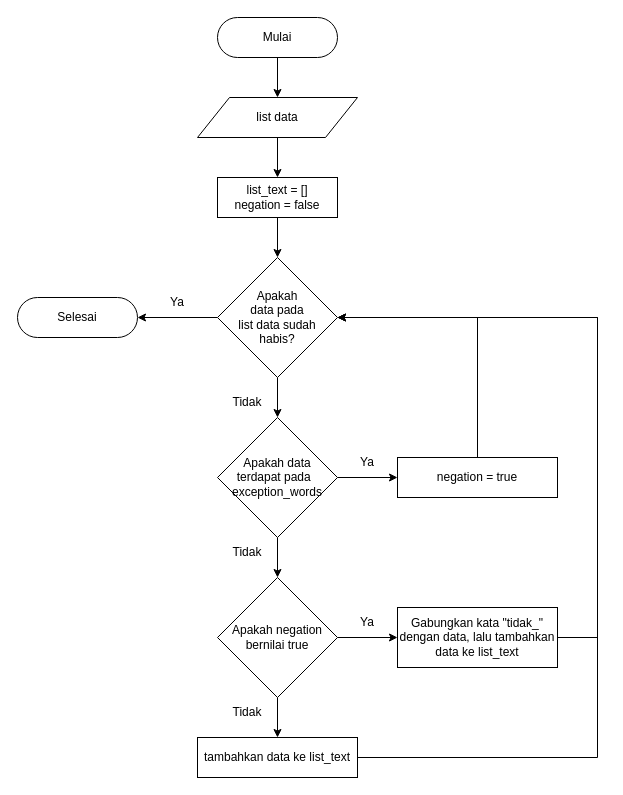
The draw.io diagram page "Negation" (10 of 12) of Untitled Diagram.drawio in mksyfla/analysis-sentiment-using-svm, before the edit. Source tidied: cells renumbered, new cells numbered last; positions are measured from the earlier drawing's top-left corner, leaving out a move shared by most shapes. Both pictures are drawn from the tidied source at 100%, with x=0, y=0 at pixel (17, 17).
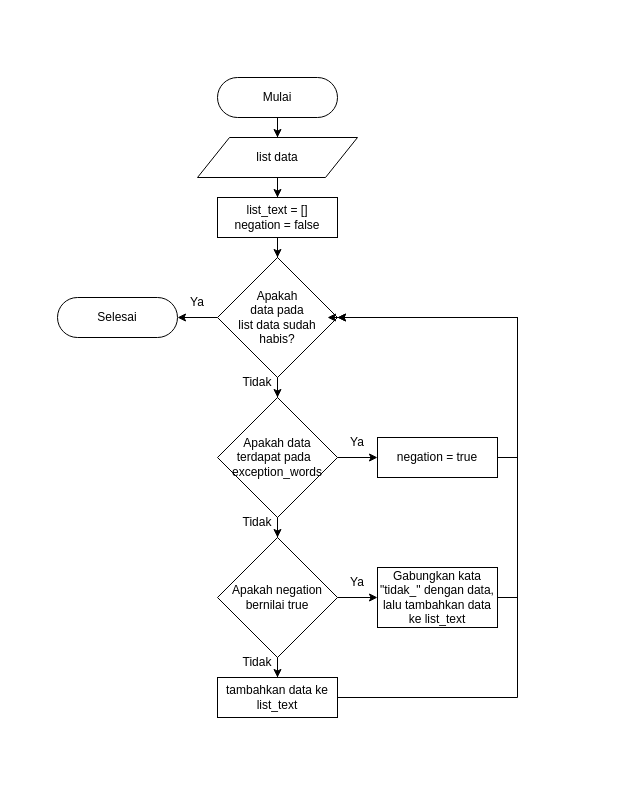
The same diagram, later.

Unchanged cells that the change refers to:
```xml
<mxCell id="7" value="&lt;div&gt;Apakah&lt;/div&gt;&lt;div&gt;data pada&lt;/div&gt;&lt;div&gt;list data sudah&lt;/div&gt;&lt;div&gt;habis?&lt;/div&gt;" style="strokeWidth=1;html=1;shape=mxgraph.flowchart.decision;whiteSpace=wrap;" parent="1" vertex="1">
  <mxGeometry x="200" y="240" width="120" height="120" as="geometry" />
</mxCell>
```

Diff of the diagram source:
```diff
@@
     <mxCell id="3" value="Mulai" style="html=1;dashed=0;whiteSpace=wrap;shape=mxgraph.dfd.start;" parent="1" vertex="1">
-      <mxGeometry x="200" width="120" height="40" as="geometry" />
+      <mxGeometry x="200" y="60" width="120" height="40" as="geometry" />
     </mxCell>
     <mxCell id="4" value="Selesai" style="html=1;dashed=0;whiteSpace=wrap;shape=mxgraph.dfd.start;" parent="1" vertex="1">
-      <mxGeometry y="280" width="120" height="40" as="geometry" />
+      <mxGeometry x="40" y="280" width="120" height="40" as="geometry" />
     </mxCell>
@@
     <mxCell id="9" value="&lt;div&gt;list_text = []&lt;/div&gt;negation = false" style="html=1;dashed=0;whiteSpace=wrap;" parent="1" vertex="1">
-      <mxGeometry x="200" y="160" width="120" height="40" as="geometry" />
+      <mxGeometry x="200" y="180" width="120" height="40" as="geometry" />
     </mxCell>
@@
     <mxCell id="11" value="list data" style="shape=parallelogram;perimeter=parallelogramPerimeter;whiteSpace=wrap;html=1;dashed=0;" parent="1" vertex="1">
-      <mxGeometry x="180" y="80" width="160" height="40" as="geometry" />
+      <mxGeometry x="180" y="120" width="160" height="40" as="geometry" />
     </mxCell>
@@
     <mxCell id="14" value="&lt;div&gt;Apakah data&lt;/div&gt;&lt;div&gt;terdapat pada&amp;nbsp;&amp;nbsp;&lt;/div&gt;exception_words" style="strokeWidth=1;html=1;shape=mxgraph.flowchart.decision;whiteSpace=wrap;" parent="1" vertex="1">
-      <mxGeometry x="200" y="400" width="120" height="120" as="geometry" />
+      <mxGeometry x="200" y="380" width="120" height="120" as="geometry" />
     </mxCell>
     <mxCell id="15" value="negation = true" style="html=1;dashed=0;whiteSpace=wrap;" parent="1" vertex="1">
-      <mxGeometry x="380" y="440" width="160" height="40" as="geometry" />
+      <mxGeometry x="360" y="420" width="120" height="40" as="geometry" />
     </mxCell>
     <mxCell id="16" value="Tidak" style="text;html=1;align=center;verticalAlign=middle;whiteSpace=wrap;rounded=0;" parent="1" vertex="1">
-      <mxGeometry x="200" y="370" width="60" height="30" as="geometry" />
+      <mxGeometry x="210" y="350" width="60" height="30" as="geometry" />
     </mxCell>
     <mxCell id="17" value="Ya" style="text;html=1;align=center;verticalAlign=middle;whiteSpace=wrap;rounded=0;" parent="1" vertex="1">
-      <mxGeometry x="130" y="270" width="60" height="30" as="geometry" />
+      <mxGeometry x="150" y="270" width="60" height="30" as="geometry" />
     </mxCell>
@@
     <mxCell id="20" value="&lt;div&gt;Apakah negation bernilai true&lt;/div&gt;" style="strokeWidth=1;html=1;shape=mxgraph.flowchart.decision;whiteSpace=wrap;" parent="1" vertex="1">
-      <mxGeometry x="200" y="560" width="120" height="120" as="geometry" />
+      <mxGeometry x="200" y="520" width="120" height="120" as="geometry" />
     </mxCell>
-    <mxCell id="21" style="edgeStyle=orthogonalEdgeStyle;rounded=0;jettySize=auto;html=1;" parent="1" edge="1" source="22" target="7">
+    <mxCell id="21" style="edgeStyle=orthogonalEdgeStyle;rounded=0;orthogonalLoop=1;jettySize=auto;html=1;" parent="1" edge="1">
       <mxGeometry relative="1" as="geometry">
+        <mxPoint x="470" y="580" as="sourcePoint" />
+        <mxPoint x="310" y="300" as="targetPoint" />
         <Array as="points">
-          <mxPoint x="580" y="620" />
-          <mxPoint x="580" y="300" />
+          <mxPoint x="500" y="580" />
+          <mxPoint x="500" y="300" />
         </Array>
       </mxGeometry>
     </mxCell>
     <mxCell id="22" value="Gabungkan kata &quot;tidak_&quot; dengan data, lalu tambahkan data ke list_text" style="html=1;dashed=0;whiteSpace=wrap;" parent="1" vertex="1">
-      <mxGeometry x="380" y="590" width="160" height="60" as="geometry" />
+      <mxGeometry x="360" y="550" width="120" height="60" as="geometry" />
     </mxCell>
     <mxCell id="23" style="edgeStyle=orthogonalEdgeStyle;rounded=0;jettySize=auto;html=1;" parent="1" edge="1" source="24" target="7">
       <mxGeometry relative="1" as="geometry">
         <Array as="points">
-          <mxPoint x="580" y="740" />
-          <mxPoint x="580" y="300" />
+          <mxPoint x="500" y="680" />
+          <mxPoint x="500" y="300" />
         </Array>
       </mxGeometry>
     </mxCell>
     <mxCell id="24" value="tambahkan data ke list_text" style="html=1;dashed=0;whiteSpace=wrap;" parent="1" vertex="1">
-      <mxGeometry x="180" y="720" width="160" height="40" as="geometry" />
+      <mxGeometry x="200" y="660" width="120" height="40" as="geometry" />
     </mxCell>
     <mxCell id="25" style="edgeStyle=orthogonalEdgeStyle;rounded=0;jettySize=auto;html=1;entryX=1;entryY=0.5;entryDx=0;entryDy=0;entryPerimeter=0;" parent="1" edge="1" source="15" target="7">
       <mxGeometry relative="1" as="geometry">
         <Array as="points">
-          <mxPoint x="460" y="300" />
+          <mxPoint x="500" y="440" />
+          <mxPoint x="500" y="300" />
         </Array>
       </mxGeometry>
     </mxCell>
     <mxCell id="26" value="Tidak" style="text;html=1;align=center;verticalAlign=middle;whiteSpace=wrap;rounded=0;" parent="1" vertex="1">
-      <mxGeometry x="200" y="520" width="60" height="30" as="geometry" />
+      <mxGeometry x="210" y="490" width="60" height="30" as="geometry" />
     </mxCell>
     <mxCell id="27" value="Tidak" style="text;html=1;align=center;verticalAlign=middle;whiteSpace=wrap;rounded=0;" parent="1" vertex="1">
-      <mxGeometry x="200" y="680" width="60" height="30" as="geometry" />
+      <mxGeometry x="210" y="630" width="60" height="30" as="geometry" />
     </mxCell>
     <mxCell id="28" value="Ya" style="text;html=1;align=center;verticalAlign=middle;whiteSpace=wrap;rounded=0;" parent="1" vertex="1">
-      <mxGeometry x="320" y="430" width="60" height="30" as="geometry" />
+      <mxGeometry x="310" y="410" width="60" height="30" as="geometry" />
     </mxCell>
     <mxCell id="29" value="Ya" style="text;html=1;align=center;verticalAlign=middle;whiteSpace=wrap;rounded=0;" parent="1" vertex="1">
-      <mxGeometry x="320" y="590" width="60" height="30" as="geometry" />
+      <mxGeometry x="310" y="550" width="60" height="30" as="geometry" />
     </mxCell>
```
